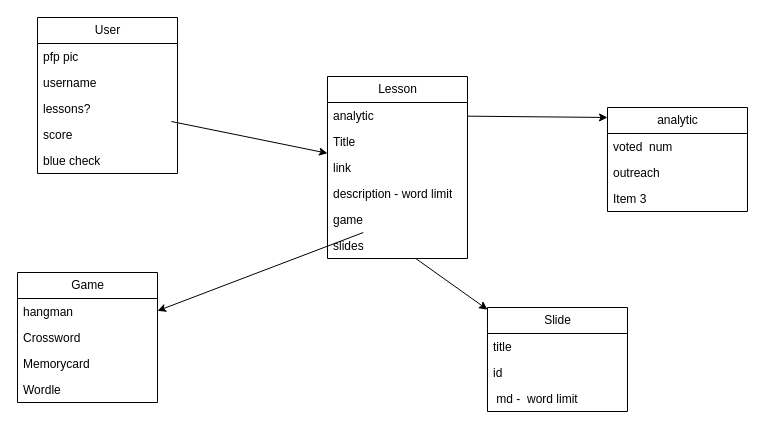
Above: project.drawio in Salat-Tamas/whitespace (draw.io), before the change. Source tidied: cells renumbered, new cells numbered last; positions are measured from the earlier drawing's top-left corner, leaving out a move shared by most shapes. Both pictures are drawn from the tidied source at 100%, with x=0, y=0 at pixel (17, 17).
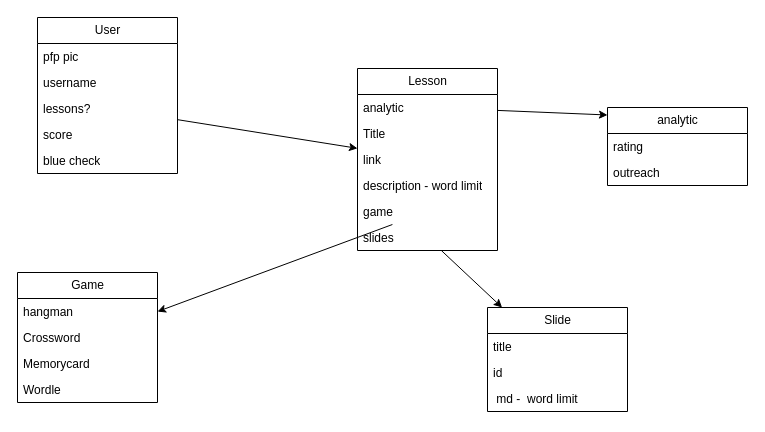
The same page after the edit.

Diff of the diagram source:
```diff
@@
     <mxCell id="9" value="Lesson" style="swimlane;fontStyle=0;horizontal=1;startSize=26;fillColor=none;html=1;" parent="1" vertex="1">
-      <mxGeometry x="310" y="59" width="140" height="182" as="geometry" />
+      <mxGeometry x="340" y="51" width="140" height="182" as="geometry" />
     </mxCell>
@@
     <mxCell id="17" value="analytic" style="swimlane;fontStyle=0;horizontal=1;startSize=26;fillColor=none;html=1;" parent="1" vertex="1">
-      <mxGeometry x="590" y="90" width="140" height="104" as="geometry" />
+      <mxGeometry x="590" y="90" width="140" height="78" as="geometry" />
     </mxCell>
-    <mxCell id="18" value="voted&amp;nbsp; num" style="text;strokeColor=none;fillColor=none;align=left;verticalAlign=top;spacingLeft=4;spacingRight=4;overflow=hidden;whiteSpace=wrap;html=1;" parent="17" vertex="1">
+    <mxCell id="18" value="rating" style="text;strokeColor=none;fillColor=none;align=left;verticalAlign=top;spacingLeft=4;spacingRight=4;overflow=hidden;whiteSpace=wrap;html=1;" parent="17" vertex="1">
       <mxGeometry y="26" width="140" height="26" as="geometry" />
     </mxCell>
@@
-    <mxCell id="20" value="Item 3" style="text;strokeColor=none;fillColor=none;align=left;verticalAlign=top;spacingLeft=4;spacingRight=4;overflow=hidden;whiteSpace=wrap;html=1;" parent="17" vertex="1">
-      <mxGeometry y="78" width="140" height="26" as="geometry" />
-    </mxCell>
```
